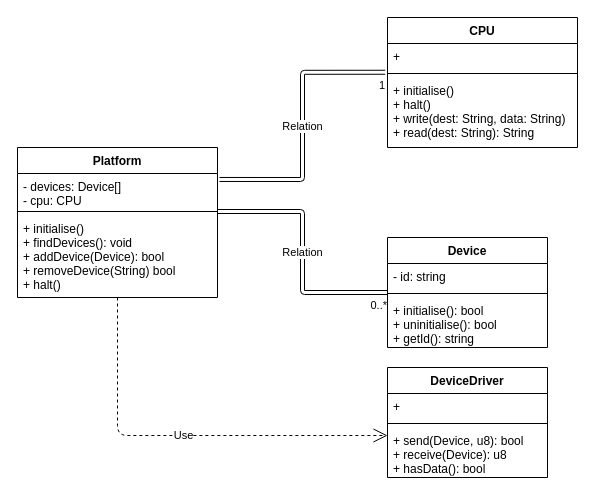
The draw.io diagram docs/design/kernel/platform-abstraction/diagram.drawio in ajh123/gtmos, before the edit. Source tidied: cells renumbered, new cells numbered last; positions are measured from the earlier drawing's top-left corner, leaving out a move shared by most shapes. Both pictures are drawn from the tidied source at 100%, with x=0, y=0 at pixel (17, 17).
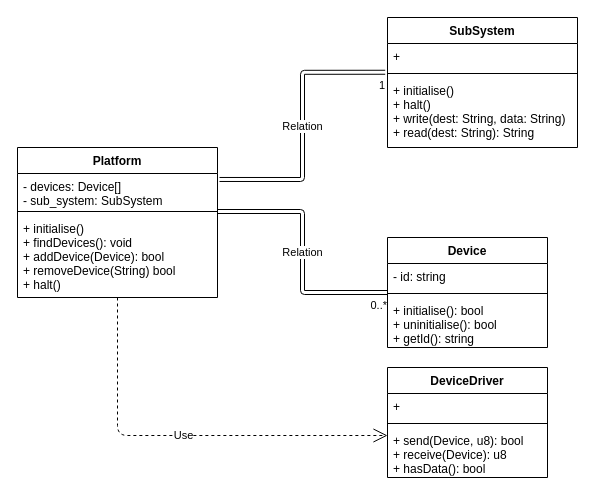
The same diagram, later.

The change refers to these unchanged cells:
```xml
<mxCell id="2" value="Platform" style="swimlane;fontStyle=1;align=center;verticalAlign=top;horizontal=1;startSize=26;" parent="1" vertex="1">
  <mxGeometry y="130" width="200" height="150" as="geometry" />
</mxCell>
```

The edit, as a diff of the source:
```diff
@@
-    <mxCell id="3" value="- devices: Device[]&#10;- cpu: CPU" style="text;strokeColor=none;fillColor=none;align=left;verticalAlign=top;spacingLeft=4;spacingRight=4;overflow=hidden;points=[[0,0.5],[1,0.5]];portConstraint=eastwest;" parent="2" vertex="1">
+    <mxCell id="3" value="- devices: Device[]&#10;- sub_system: SubSystem" style="text;strokeColor=none;fillColor=none;align=left;verticalAlign=top;spacingLeft=4;spacingRight=4;overflow=hidden;points=[[0,0.5],[1,0.5]];portConstraint=eastwest;" parent="2" vertex="1">
       <mxGeometry y="26" width="200" height="34" as="geometry" />
     </mxCell>
@@
-    <mxCell id="10" value="CPU" style="swimlane;fontStyle=1;align=center;verticalAlign=top;horizontal=1;startSize=26;" parent="1" vertex="1">
+    <mxCell id="10" value="SubSystem" style="swimlane;fontStyle=1;align=center;verticalAlign=top;horizontal=1;startSize=26;" parent="1" vertex="1">
       <mxGeometry x="370" width="190" height="130" as="geometry" />
     </mxCell>
```
